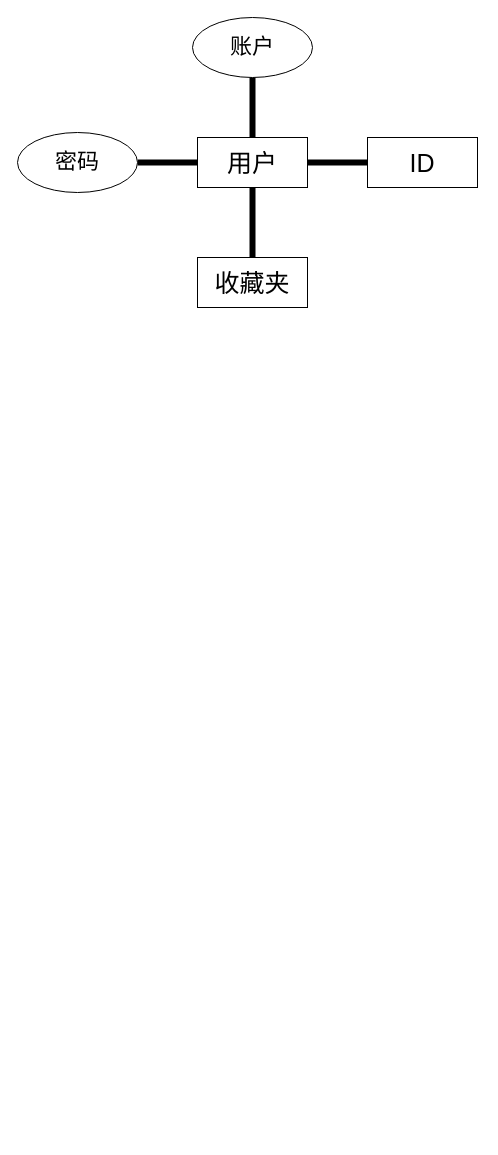
OnetakeDL/iodraw-files keeps this draw.io diagram as user.drawio. Above is the earlier version. Source tidied: cells renumbered, new cells numbered last; positions are measured from the earlier drawing's top-left corner, leaving out a move shared by most shapes. Both pictures are drawn from the tidied source at 100%, with x=0, y=0 at pixel (17, 17).
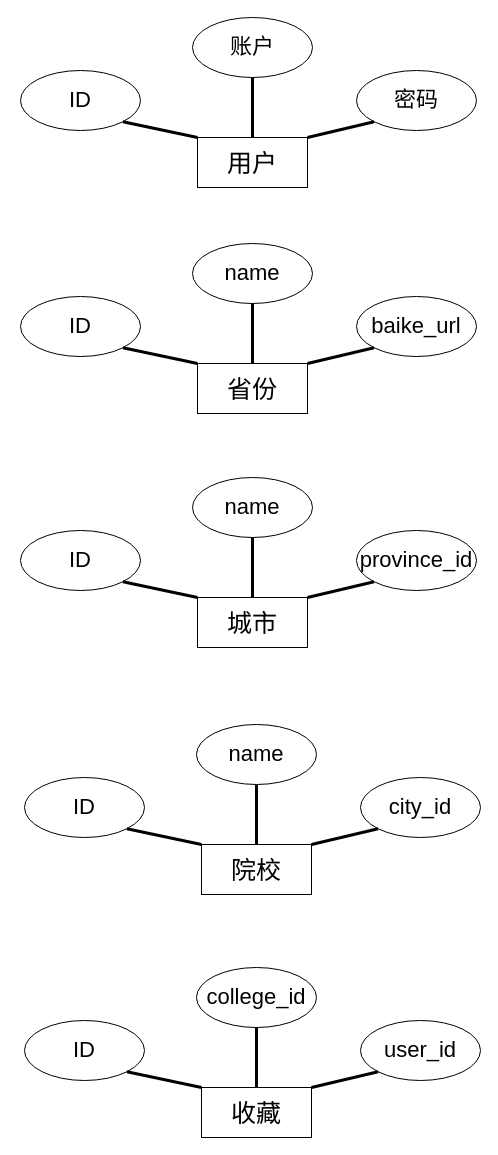
The same diagram, later.

Unchanged cells that the change refers to:
```xml
<mxCell id="3" value="&lt;font style=&quot;font-size: 25px;&quot;&gt;用户&lt;/font&gt;" style="html=1;whiteSpace=wrap;" parent="1" vertex="1">
  <mxGeometry x="180" y="120" width="110" height="50" as="geometry" />
</mxCell>
<mxCell id="9" value="&lt;font style=&quot;font-size: 22px;&quot;&gt;账户&lt;/font&gt;" style="ellipse;whiteSpace=wrap;html=1;" parent="1" vertex="1">
  <mxGeometry x="175" width="120" height="60" as="geometry" />
</mxCell>
```

Diff of the diagram source:
```diff
@@
-    <mxCell id="2" style="edgeStyle=orthogonalEdgeStyle;rounded=0;jettySize=auto;html=1;exitX=0.5;exitY=0;exitDx=0;exitDy=0;entryX=0.5;entryY=1;entryDx=0;entryDy=0;strokeWidth=6;startArrow=none;startFill=0;endArrow=none;endFill=0;" parent="1" edge="1" source="3">
-      <mxGeometry relative="1" as="geometry">
-        <mxPoint x="235" y="60" as="targetPoint" />
-      </mxGeometry>
-    </mxCell>
@@
-    <mxCell id="4" value="&lt;span style=&quot;font-size: 25px;&quot;&gt;ID&lt;/span&gt;" style="html=1;whiteSpace=wrap;" parent="1" vertex="1">
-      <mxGeometry x="350" y="120" width="110" height="50" as="geometry" />
-    </mxCell>
-    <mxCell id="5" value="&lt;font style=&quot;font-size: 25px;&quot;&gt;收藏夹&lt;/font&gt;" style="html=1;whiteSpace=wrap;" parent="1" vertex="1">
-      <mxGeometry x="180" y="240" width="110" height="50" as="geometry" />
-    </mxCell>
-    <mxCell id="6" style="edgeStyle=orthogonalEdgeStyle;rounded=0;jettySize=auto;html=1;exitX=1;exitY=0.5;exitDx=0;exitDy=0;entryX=0;entryY=0.5;entryDx=0;entryDy=0;strokeWidth=6;startArrow=none;startFill=0;endArrow=none;endFill=0;" parent="1" edge="1" source="3" target="4">
-      <mxGeometry relative="1" as="geometry" />
-    </mxCell>
-    <mxCell id="7" style="edgeStyle=orthogonalEdgeStyle;rounded=0;jettySize=auto;html=1;entryX=0.5;entryY=1;entryDx=0;entryDy=0;strokeWidth=6;startArrow=none;startFill=0;endArrow=none;endFill=0;" parent="1" edge="1" source="5" target="3">
-      <mxGeometry relative="1" as="geometry" />
-    </mxCell>
-    <mxCell id="8" style="edgeStyle=orthogonalEdgeStyle;rounded=0;orthogonalLoop=1;jettySize=auto;html=1;exitX=1;exitY=0.5;exitDx=0;exitDy=0;strokeWidth=6;startArrow=none;startFill=0;endArrow=none;endFill=0;" parent="1" edge="1">
-      <mxGeometry relative="1" as="geometry">
-        <mxPoint x="120" y="145" as="sourcePoint" />
-        <mxPoint x="180" y="145" as="targetPoint" />
-      </mxGeometry>
-    </mxCell>
@@
-    <mxCell id="10" value="&lt;font style=&quot;font-size: 22px;&quot;&gt;密码&lt;/font&gt;" style="ellipse;whiteSpace=wrap;html=1;" parent="1" vertex="1">
-      <mxGeometry y="115" width="120" height="60" as="geometry" />
+    <mxCell id="10" value="&lt;font style=&quot;font-size: 22px;&quot;&gt;ID&lt;/font&gt;" style="ellipse;whiteSpace=wrap;html=1;" parent="1" vertex="1">
+      <mxGeometry x="3" y="53" width="120" height="60" as="geometry" />
     </mxCell>
+    <mxCell id="11" value="&lt;font style=&quot;font-size: 22px;&quot;&gt;密码&lt;/font&gt;" style="ellipse;whiteSpace=wrap;html=1;" parent="1" vertex="1">
+      <mxGeometry x="339" y="53" width="120" height="60" as="geometry" />
+    </mxCell>
+    <mxCell id="12" style="endArrow=none;html=1;rounded=0;entryX=1;entryY=1;entryDx=0;entryDy=0;exitX=0;exitY=0;exitDx=0;exitDy=0;strokeWidth=3;" parent="1" edge="1" source="3" target="10">
+      <mxGeometry relative="1" as="geometry" />
+    </mxCell>
+    <mxCell id="13" style="endArrow=none;html=1;rounded=0;entryX=0.5;entryY=1;entryDx=0;entryDy=0;exitX=0.5;exitY=0;exitDx=0;exitDy=0;strokeWidth=3;" parent="1" edge="1" source="3" target="9">
+      <mxGeometry relative="1" as="geometry" />
+    </mxCell>
+    <mxCell id="14" style="endArrow=none;html=1;rounded=0;entryX=0;entryY=1;entryDx=0;entryDy=0;exitX=1;exitY=0;exitDx=0;exitDy=0;strokeWidth=3;" parent="1" edge="1" source="3" target="11">
+      <mxGeometry relative="1" as="geometry" />
+    </mxCell>
+    <mxCell id="15" value="&lt;span style=&quot;font-size: 25px;&quot;&gt;省份&lt;/span&gt;" style="html=1;whiteSpace=wrap;" parent="1" vertex="1">
+      <mxGeometry x="180" y="346" width="110" height="50" as="geometry" />
+    </mxCell>
+    <mxCell id="16" value="&lt;font style=&quot;font-size: 22px;&quot;&gt;name&lt;/font&gt;" style="ellipse;whiteSpace=wrap;html=1;" parent="1" vertex="1">
+      <mxGeometry x="175" y="226" width="120" height="60" as="geometry" />
+    </mxCell>
+    <mxCell id="17" value="&lt;font style=&quot;font-size: 22px;&quot;&gt;ID&lt;/font&gt;" style="ellipse;whiteSpace=wrap;html=1;" parent="1" vertex="1">
+      <mxGeometry x="3" y="279" width="120" height="60" as="geometry" />
+    </mxCell>
+    <mxCell id="18" value="&lt;font style=&quot;font-size: 22px;&quot;&gt;baike_url&lt;/font&gt;" style="ellipse;whiteSpace=wrap;html=1;" parent="1" vertex="1">
+      <mxGeometry x="339" y="279" width="120" height="60" as="geometry" />
+    </mxCell>
+    <mxCell id="19" style="endArrow=none;html=1;rounded=0;entryX=1;entryY=1;entryDx=0;entryDy=0;exitX=0;exitY=0;exitDx=0;exitDy=0;strokeWidth=3;" parent="1" edge="1" source="15" target="17">
+      <mxGeometry relative="1" as="geometry" />
+    </mxCell>
+    <mxCell id="20" style="endArrow=none;html=1;rounded=0;entryX=0.5;entryY=1;entryDx=0;entryDy=0;exitX=0.5;exitY=0;exitDx=0;exitDy=0;strokeWidth=3;" parent="1" edge="1" source="15" target="16">
+      <mxGeometry relative="1" as="geometry" />
+    </mxCell>
+    <mxCell id="21" style="endArrow=none;html=1;rounded=0;entryX=0;entryY=1;entryDx=0;entryDy=0;exitX=1;exitY=0;exitDx=0;exitDy=0;strokeWidth=3;" parent="1" edge="1" source="15" target="18">
+      <mxGeometry relative="1" as="geometry" />
+    </mxCell>
+    <mxCell id="22" value="&lt;font style=&quot;font-size: 25px;&quot;&gt;城市&lt;/font&gt;" style="html=1;whiteSpace=wrap;" parent="1" vertex="1">
+      <mxGeometry x="180" y="580" width="110" height="50" as="geometry" />
+    </mxCell>
+    <mxCell id="23" value="&lt;font style=&quot;font-size: 22px;&quot;&gt;name&lt;/font&gt;" style="ellipse;whiteSpace=wrap;html=1;" parent="1" vertex="1">
+      <mxGeometry x="175" y="460" width="120" height="60" as="geometry" />
+    </mxCell>
+    <mxCell id="24" value="&lt;font style=&quot;font-size: 22px;&quot;&gt;ID&lt;/font&gt;" style="ellipse;whiteSpace=wrap;html=1;" parent="1" vertex="1">
+      <mxGeometry x="3" y="513" width="120" height="60" as="geometry" />
+    </mxCell>
+    <mxCell id="25" value="&lt;font style=&quot;font-size: 22px;&quot;&gt;province_id&lt;/font&gt;" style="ellipse;whiteSpace=wrap;html=1;" parent="1" vertex="1">
+      <mxGeometry x="339" y="513" width="120" height="60" as="geometry" />
+    </mxCell>
+    <mxCell id="26" style="endArrow=none;html=1;rounded=0;entryX=1;entryY=1;entryDx=0;entryDy=0;exitX=0;exitY=0;exitDx=0;exitDy=0;strokeWidth=3;" parent="1" edge="1" source="22" target="24">
+      <mxGeometry relative="1" as="geometry" />
+    </mxCell>
+    <mxCell id="27" style="endArrow=none;html=1;rounded=0;entryX=0.5;entryY=1;entryDx=0;entryDy=0;exitX=0.5;exitY=0;exitDx=0;exitDy=0;strokeWidth=3;" parent="1" edge="1" source="22" target="23">
+      <mxGeometry relative="1" as="geometry" />
+    </mxCell>
+    <mxCell id="28" style="endArrow=none;html=1;rounded=0;entryX=0;entryY=1;entryDx=0;entryDy=0;exitX=1;exitY=0;exitDx=0;exitDy=0;strokeWidth=3;" parent="1" edge="1" source="22" target="25">
+      <mxGeometry relative="1" as="geometry" />
+    </mxCell>
+    <mxCell id="29" value="&lt;span style=&quot;font-size: 25px;&quot;&gt;院校&lt;/span&gt;" style="html=1;whiteSpace=wrap;" parent="1" vertex="1">
+      <mxGeometry x="184" y="827" width="110" height="50" as="geometry" />
+    </mxCell>
+    <mxCell id="30" value="&lt;font style=&quot;font-size: 22px;&quot;&gt;name&lt;/font&gt;" style="ellipse;whiteSpace=wrap;html=1;" parent="1" vertex="1">
+      <mxGeometry x="179" y="707" width="120" height="60" as="geometry" />
+    </mxCell>
+    <mxCell id="31" value="&lt;font style=&quot;font-size: 22px;&quot;&gt;ID&lt;/font&gt;" style="ellipse;whiteSpace=wrap;html=1;" parent="1" vertex="1">
+      <mxGeometry x="7" y="760" width="120" height="60" as="geometry" />
+    </mxCell>
+    <mxCell id="32" value="&lt;font style=&quot;font-size: 22px;&quot;&gt;city_id&lt;/font&gt;" style="ellipse;whiteSpace=wrap;html=1;" parent="1" vertex="1">
+      <mxGeometry x="343" y="760" width="120" height="60" as="geometry" />
+    </mxCell>
+    <mxCell id="33" style="endArrow=none;html=1;rounded=0;entryX=1;entryY=1;entryDx=0;entryDy=0;exitX=0;exitY=0;exitDx=0;exitDy=0;strokeWidth=3;" parent="1" edge="1" source="29" target="31">
+      <mxGeometry relative="1" as="geometry" />
+    </mxCell>
+    <mxCell id="34" style="endArrow=none;html=1;rounded=0;entryX=0.5;entryY=1;entryDx=0;entryDy=0;exitX=0.5;exitY=0;exitDx=0;exitDy=0;strokeWidth=3;" parent="1" edge="1" source="29" target="30">
+      <mxGeometry relative="1" as="geometry" />
+    </mxCell>
+    <mxCell id="35" style="endArrow=none;html=1;rounded=0;entryX=0;entryY=1;entryDx=0;entryDy=0;exitX=1;exitY=0;exitDx=0;exitDy=0;strokeWidth=3;" parent="1" edge="1" source="29" target="32">
+      <mxGeometry relative="1" as="geometry" />
+    </mxCell>
+    <mxCell id="36" value="&lt;span style=&quot;font-size: 25px;&quot;&gt;收藏&lt;/span&gt;" style="html=1;whiteSpace=wrap;" parent="1" vertex="1">
+      <mxGeometry x="184" y="1070" width="110" height="50" as="geometry" />
+    </mxCell>
+    <mxCell id="37" value="&lt;font style=&quot;font-size: 22px;&quot;&gt;college_id&lt;/font&gt;" style="ellipse;whiteSpace=wrap;html=1;" parent="1" vertex="1">
+      <mxGeometry x="179" y="950" width="120" height="60" as="geometry" />
+    </mxCell>
+    <mxCell id="38" value="&lt;font style=&quot;font-size: 22px;&quot;&gt;ID&lt;/font&gt;" style="ellipse;whiteSpace=wrap;html=1;" parent="1" vertex="1">
+      <mxGeometry x="7" y="1003" width="120" height="60" as="geometry" />
+    </mxCell>
+    <mxCell id="39" value="&lt;font style=&quot;font-size: 22px;&quot;&gt;user_id&lt;/font&gt;" style="ellipse;whiteSpace=wrap;html=1;" parent="1" vertex="1">
+      <mxGeometry x="343" y="1003" width="120" height="60" as="geometry" />
+    </mxCell>
+    <mxCell id="40" style="endArrow=none;html=1;rounded=0;entryX=1;entryY=1;entryDx=0;entryDy=0;exitX=0;exitY=0;exitDx=0;exitDy=0;strokeWidth=3;" parent="1" edge="1" source="36" target="38">
+      <mxGeometry relative="1" as="geometry" />
+    </mxCell>
+    <mxCell id="41" style="endArrow=none;html=1;rounded=0;entryX=0.5;entryY=1;entryDx=0;entryDy=0;exitX=0.5;exitY=0;exitDx=0;exitDy=0;strokeWidth=3;" parent="1" edge="1" source="36" target="37">
+      <mxGeometry relative="1" as="geometry" />
+    </mxCell>
+    <mxCell id="42" style="endArrow=none;html=1;rounded=0;entryX=0;entryY=1;entryDx=0;entryDy=0;exitX=1;exitY=0;exitDx=0;exitDy=0;strokeWidth=3;" parent="1" edge="1" source="36" target="39">
+      <mxGeometry relative="1" as="geometry" />
+    </mxCell>
```
